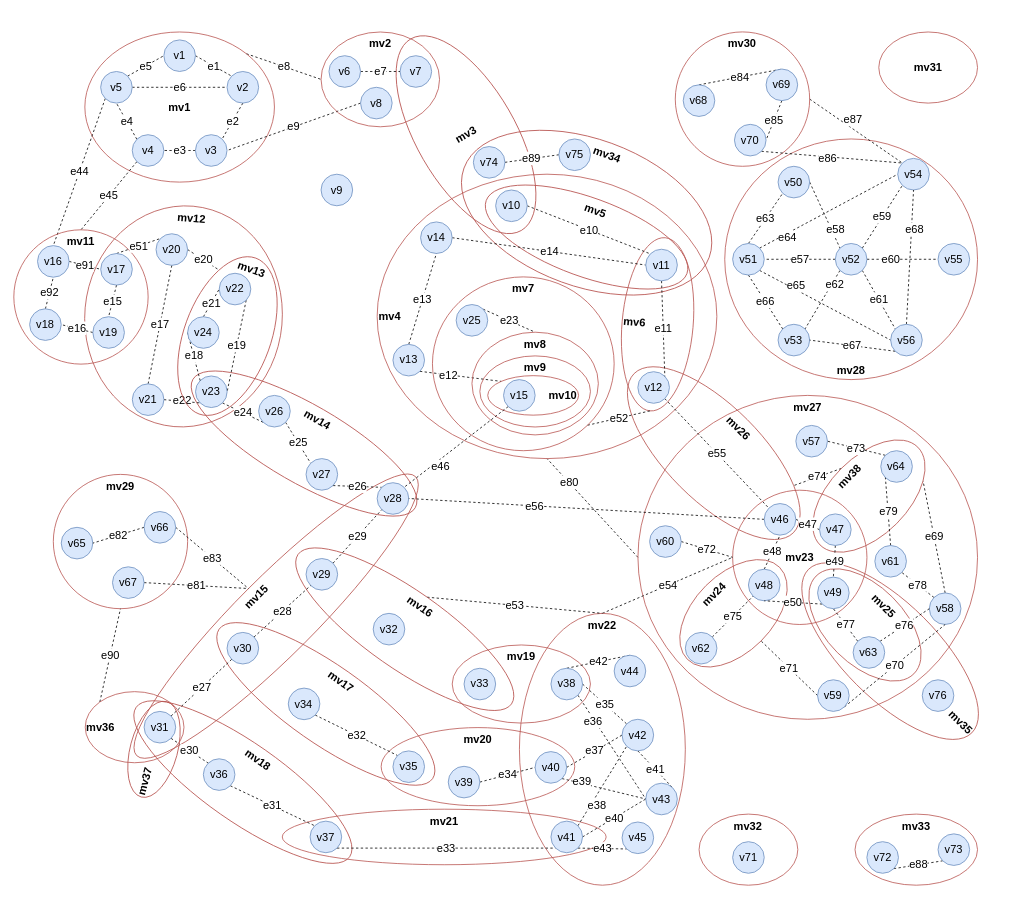
This is Big metagraph.drawio from DMfananddu/MAG_Diploma, a draw.io file, before an edit. Source tidied: cells renumbered, new cells numbered last; positions are measured from the earlier drawing's top-left corner, leaving out a move shared by most shapes. Both pictures are drawn from the tidied source at 79%, with x=0, y=0 at pixel (13, 24).
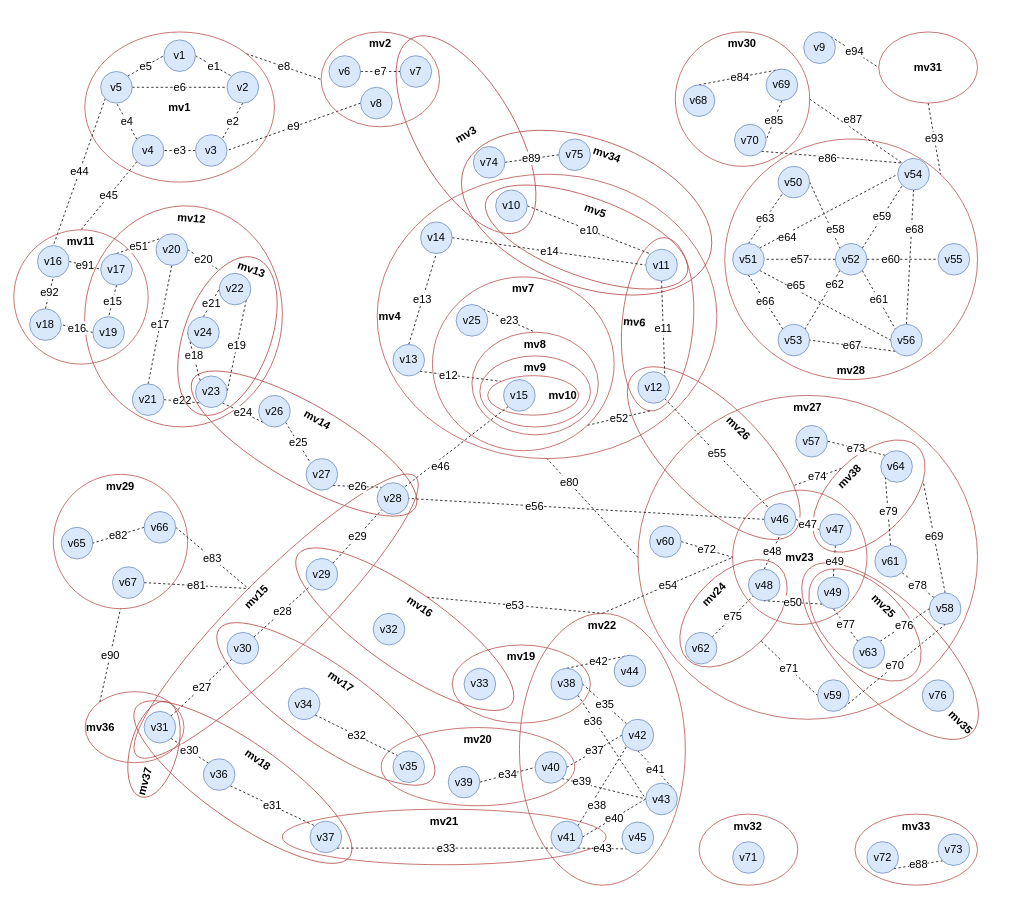
The same diagram, later.

Unchanged cells that the change refers to:
```xml
<mxCell id="141" value="mv28" style="ellipse;whiteSpace=wrap;html=1;fillColor=none;strokeColor=#b85450;fontSize=14;fontStyle=1;rotation=0;verticalAlign=bottom;" parent="1" vertex="1">
  <mxGeometry x="899.9" y="145.4" width="320" height="304.6" as="geometry" />
</mxCell>
<mxCell id="194" value="mv31" style="ellipse;whiteSpace=wrap;html=1;fillColor=none;strokeColor=#b85450;fontSize=14;fontStyle=1;rotation=0;" parent="1" vertex="1">
  <mxGeometry x="1094.9" y="10" width="125" height="90" as="geometry" />
</mxCell>
```

Diff of the diagram source:
```diff
@@
+    <mxCell id="208" value="e94" style="rounded=0;jettySize=auto;html=1;exitX=1;exitY=0;exitDx=0;exitDy=0;entryX=0;entryY=0.5;entryDx=0;entryDy=0;dashed=1;endArrow=none;endFill=0;fontSize=14;" parent="1" edge="1" source="50" target="194">
+      <mxGeometry relative="1" as="geometry" />
+    </mxCell>
     <mxCell id="50" value="v9" style="ellipse;whiteSpace=wrap;html=1;fillColor=#dae8fc;strokeColor=#6c8ebf;fontSize=14;" parent="1" vertex="1">
-      <mxGeometry x="388.9" y="190" width="40" height="40" as="geometry" />
+      <mxGeometry x="999.9" y="9.9" width="40" height="40" as="geometry" />
     </mxCell>
@@
+    <mxCell id="209" value="e93" style="rounded=0;jettySize=auto;html=1;exitX=0.5;exitY=1;exitDx=0;exitDy=0;entryX=1;entryY=0;entryDx=0;entryDy=0;endArrow=none;endFill=0;dashed=1;fontSize=14;" parent="1" edge="1" source="194" target="141">
+      <mxGeometry relative="1" as="geometry" />
+    </mxCell>
```
